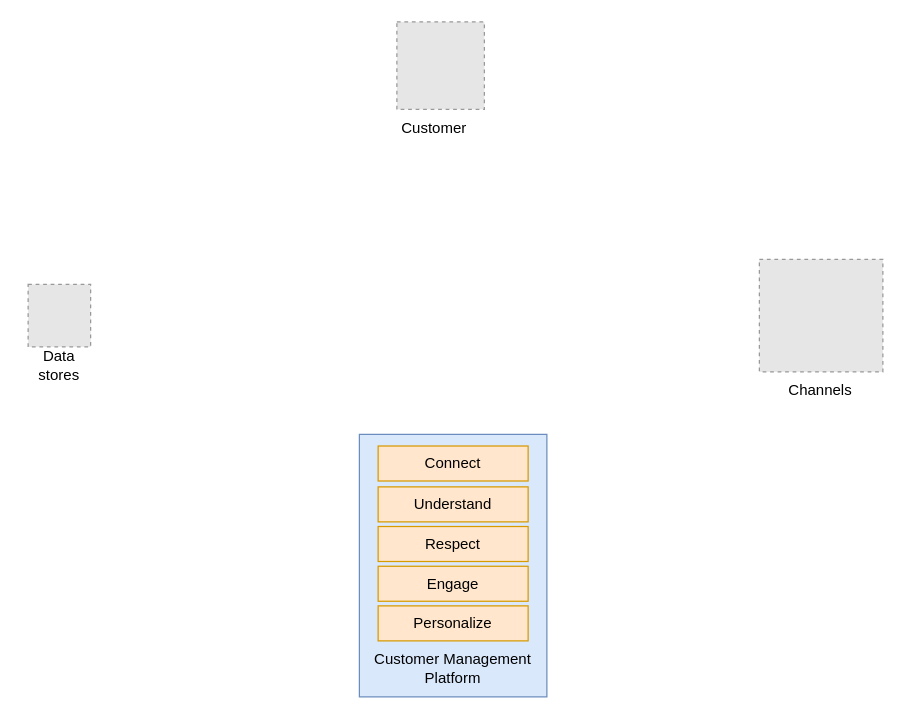
This is page "CMP_Business_Vision" (3 of 7) of Customer_Mgmt_Platform_Arch_Katas.drawio from S00085/cxp, a draw.io file, before an edit. Source tidied: cells renumbered, new cells numbered last; positions are measured from the earlier drawing's top-left corner, leaving out a move shared by most shapes. Both pictures are drawn from the tidied source at 125%, with x=0, y=0 at pixel (21, 21). Pictures stored in the file or linked from it are replaced by grey dashed boxes.
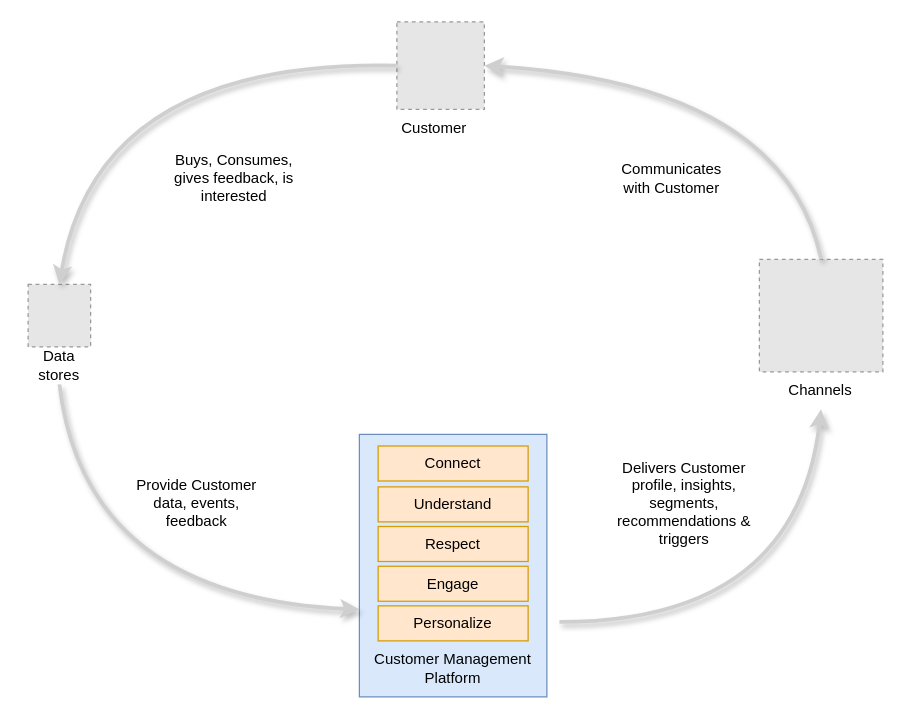
Above is the later version.

The change refers to these unchanged cells:
```xml
<mxCell id="3" style="rounded=0;whiteSpace=wrap;html=1;fillColor=#dae8fc;strokeColor=#6c8ebf;" parent="2" vertex="1">
  <mxGeometry width="150" height="210" as="geometry" />
</mxCell>
<mxCell id="11" style="fillColor=#E6E6E6;strokeColor=#999999;dashed=1;verticalLabelPosition=bottom;labelBackgroundColor=default;verticalAlign=top;" parent="10" vertex="1">
  <mxGeometry width="70" height="70" as="geometry" />
</mxCell>
<mxCell id="15" value="Data stores" style="text;html=1;strokeColor=none;fillColor=none;align=center;verticalAlign=middle;whiteSpace=wrap;rounded=0;" parent="13" vertex="1">
  <mxGeometry y="50" width="60" height="30" as="geometry" />
</mxCell>
<mxCell id="17" style="fillColor=#E6E6E6;strokeColor=#999999;dashed=1;verticalLabelPosition=bottom;labelBackgroundColor=default;verticalAlign=top;" parent="16" vertex="1">
  <mxGeometry width="98.8" height="90" as="geometry" />
</mxCell>
<mxCell id="18" value="Channels" style="text;html=1;strokeColor=none;fillColor=none;align=center;verticalAlign=middle;whiteSpace=wrap;rounded=0;" parent="16" vertex="1">
  <mxGeometry x="19.4" y="90" width="60" height="30" as="geometry" />
</mxCell>
```

The edit, as a diff of the source:
```diff
@@
+    <mxCell id="19" style="group;" parent="1" vertex="1">
+      <mxGeometry width="688.8" height="540" as="geometry" />
+    </mxCell>
-    <mxCell id="2" style="group;" parent="1" vertex="1">
+    <mxCell id="2" style="group;" parent="19" vertex="1">
       <mxGeometry x="270" y="330" width="150" height="210" as="geometry" />
     </mxCell>
@@
-    <mxCell id="10" style="group;" parent="1" vertex="1">
+    <mxCell id="10" style="group;" parent="19" vertex="1">
       <mxGeometry x="300" width="70" height="100" as="geometry" />
     </mxCell>
@@
-    <mxCell id="13" style="group;" parent="1" vertex="1">
+    <mxCell id="13" style="group;" parent="19" vertex="1">
       <mxGeometry y="210" width="60" height="80" as="geometry" />
     </mxCell>
@@
-    <mxCell id="16" style="group;" parent="1" vertex="1">
+    <mxCell id="16" style="group;" parent="19" vertex="1">
       <mxGeometry x="590" y="190" width="98.8" height="120" as="geometry" />
     </mxCell>
@@
+    <mxCell id="20" style="endArrow=classic;html=1;entryX=1;entryY=0.5;entryDx=0;entryDy=0;exitX=0.5;exitY=0;exitDx=0;exitDy=0;curved=1;rounded=1;shadow=1;strokeWidth=3;strokeColor=#CFCFCF;fillColor=#f5f5f5;" parent="19" edge="1" source="17" target="11">
+      <mxGeometry relative="1" as="geometry">
+        <Array as="points">
+          <mxPoint x="610" y="50" />
+        </Array>
+      </mxGeometry>
+    </mxCell>
+    <mxCell id="21" style="endArrow=classic;html=1;exitX=0;exitY=0.5;exitDx=0;exitDy=0;curved=1;rounded=1;shadow=1;strokeWidth=3;fillColor=#f5f5f5;strokeColor=#CFCFCF;" parent="19" edge="1" source="11">
+      <mxGeometry relative="1" as="geometry">
+        <mxPoint x="30" y="210" as="targetPoint" />
+        <Array as="points">
+          <mxPoint x="60" y="30" />
+        </Array>
+      </mxGeometry>
+    </mxCell>
+    <mxCell id="22" style="endArrow=classic;html=1;exitX=0.5;exitY=1;exitDx=0;exitDy=0;curved=1;rounded=1;shadow=1;strokeWidth=3;entryX=0;entryY=0.667;entryDx=0;entryDy=0;strokeColor=#CFCFCF;entryPerimeter=0;" parent="19" edge="1" source="15" target="3">
+      <mxGeometry relative="1" as="geometry">
+        <Array as="points">
+          <mxPoint x="50" y="460" />
+        </Array>
+      </mxGeometry>
+    </mxCell>
+    <mxCell id="23" style="endArrow=classic;html=1;curved=1;rounded=1;shadow=1;strokeWidth=3;entryX=0.5;entryY=1;entryDx=0;entryDy=0;strokeColor=#CFCFCF;" parent="19" edge="1" target="18">
+      <mxGeometry relative="1" as="geometry">
+        <mxPoint x="430" y="480" as="sourcePoint" />
+        <Array as="points">
+          <mxPoint x="620" y="480" />
+        </Array>
+      </mxGeometry>
+    </mxCell>
+    <mxCell id="24" value="Communicates with Customer" style="text;html=1;strokeColor=none;fillColor=none;align=center;verticalAlign=middle;whiteSpace=wrap;rounded=0;" parent="19" vertex="1">
+      <mxGeometry x="490" y="110" width="60" height="30" as="geometry" />
+    </mxCell>
+    <mxCell id="25" value="Delivers Customer profile, insights, segments, recommendations &amp;amp; triggers" style="text;html=1;strokeColor=none;fillColor=none;align=center;verticalAlign=middle;whiteSpace=wrap;rounded=0;" parent="19" vertex="1">
+      <mxGeometry x="470" y="370" width="120" height="30" as="geometry" />
+    </mxCell>
+    <mxCell id="26" value="Buys, Consumes, gives feedback, is interested" style="text;html=1;strokeColor=none;fillColor=none;align=center;verticalAlign=middle;whiteSpace=wrap;rounded=0;" parent="19" vertex="1">
+      <mxGeometry x="110" y="110" width="120" height="30" as="geometry" />
+    </mxCell>
+    <mxCell id="27" value="Provide Customer data, events, feedback" style="text;html=1;strokeColor=none;fillColor=none;align=center;verticalAlign=middle;whiteSpace=wrap;rounded=0;" parent="19" vertex="1">
+      <mxGeometry x="80" y="370" width="120" height="30" as="geometry" />
+    </mxCell>
```
